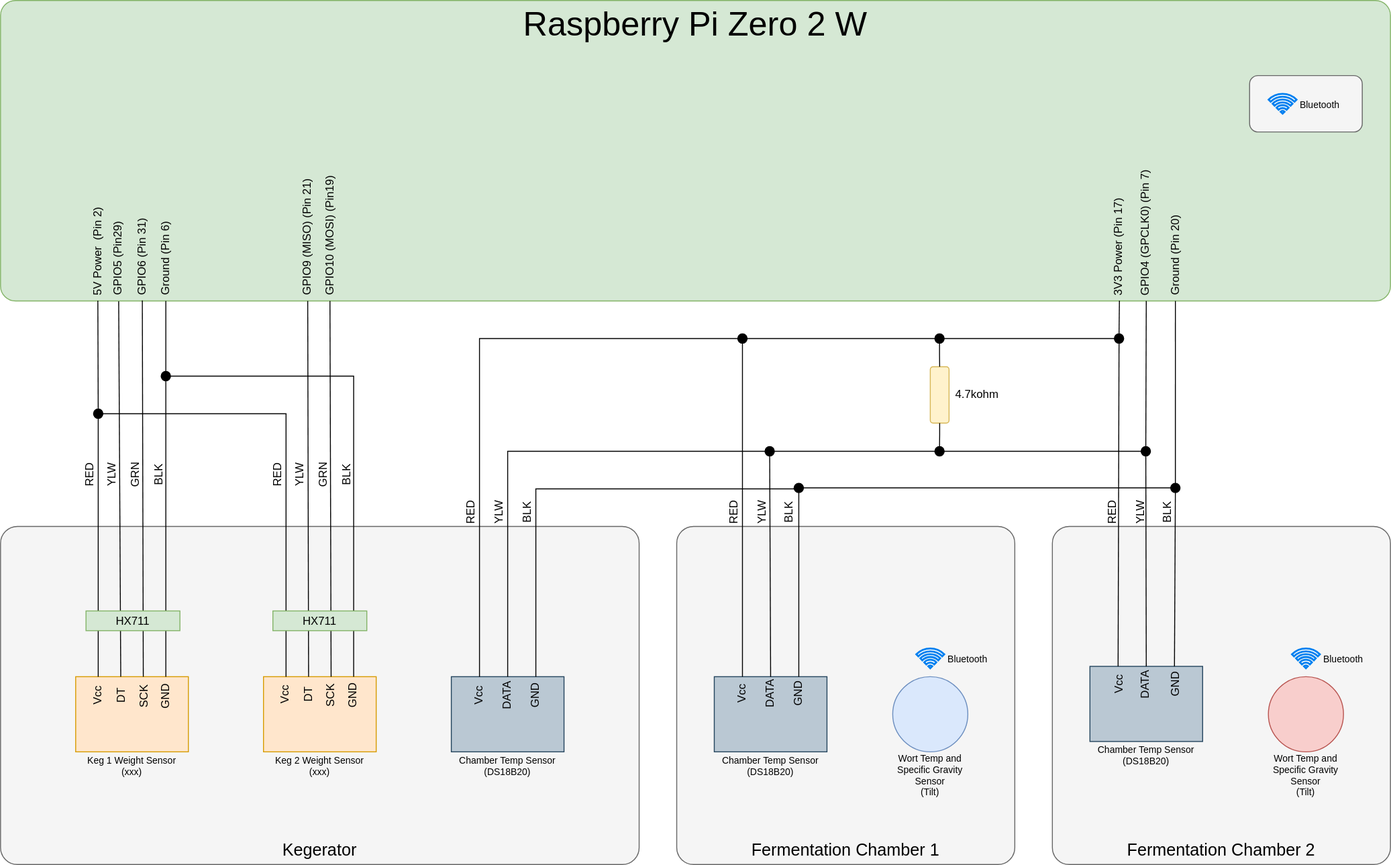
austinshinkle/OB_BreweryMonitor keeps this draw.io diagram as BreweryMonitor.drawio.svg. Above is the earlier version. Source tidied: cells renumbered, new cells last; positions are measured from the earlier drawing's top-left corner, leaving out a move shared by most shapes.
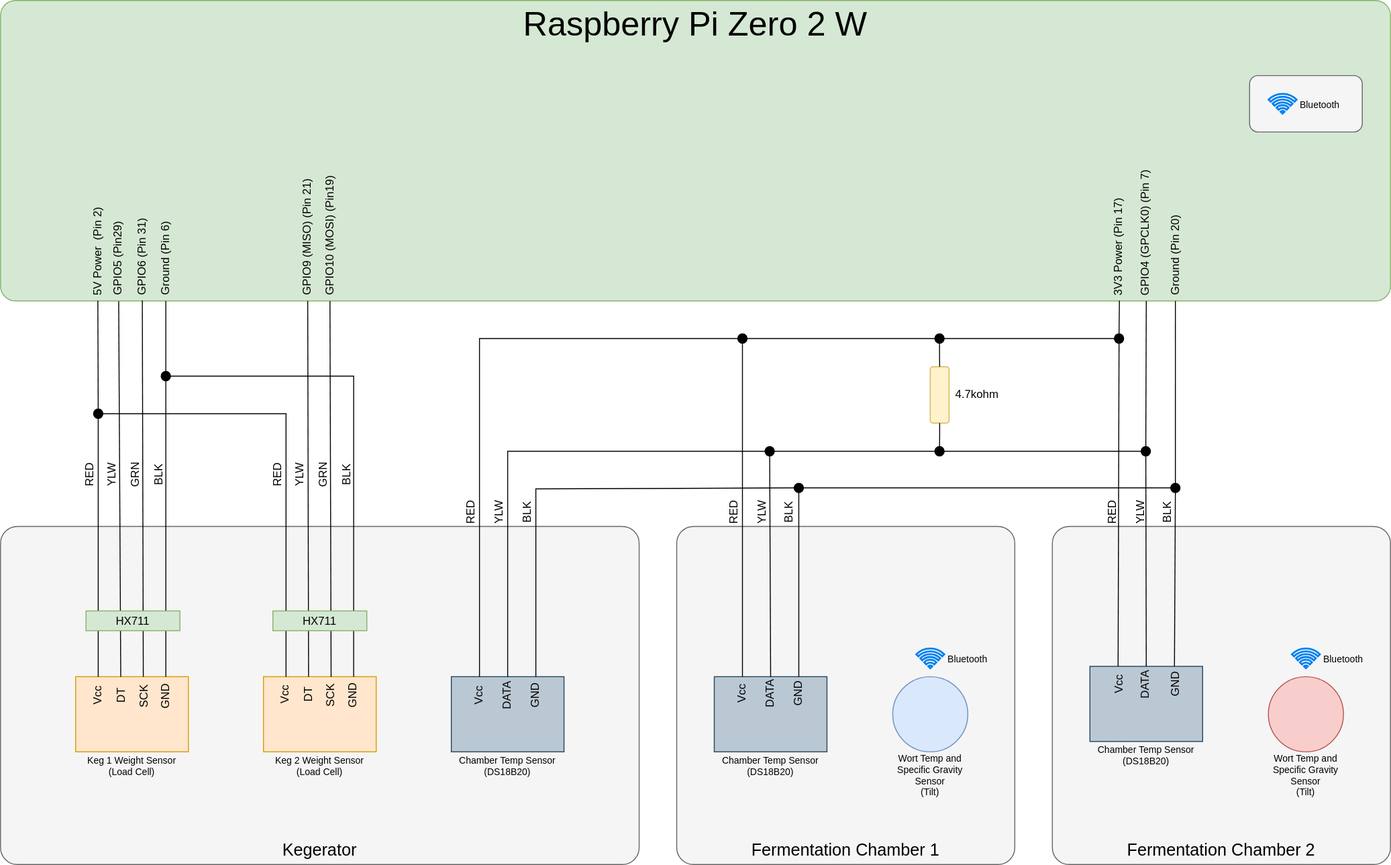
After the change.

Diff of the diagram source:
```diff
@@ -17,7 +17,7 @@
     <mxCell id="6" style="rounded=0;whiteSpace=wrap;html=1;points=[[0,0,0,0,0],[0,0.25,0,0,0],[0,0.5,0,0,0],[0,0.75,0,0,0],[0,1,0,0,0],[0.2,0,0,0,0],[0.25,1,0,0,0],[0.4,0,0,0,0],[0.5,1,0,0,0],[0.6,0,0,0,0],[0.75,1,0,0,0],[0.8,0,0,0,0],[1,0,0,0,0],[1,0.25,0,0,0],[1,0.5,0,0,0],[1,0.75,0,0,0],[1,1,0,0,0]];fillColor=#ffe6cc;strokeColor=#d79b00;" parent="1" vertex="1">
       <mxGeometry x="280" y="720" width="120" height="80" as="geometry" />
     </mxCell>
-    <mxCell id="7" value="&lt;div&gt;Keg 2 Weight Sensor&lt;/div&gt;&lt;div&gt;(xxx)&lt;br&gt;&lt;/div&gt;" style="text;html=1;align=center;verticalAlign=middle;whiteSpace=wrap;rounded=0;fontSize=10;" parent="1" vertex="1">
+    <mxCell id="7" value="&lt;div&gt;Keg 2 Weight Sensor&lt;/div&gt;&lt;div&gt;(Load Cell)&lt;br&gt;&lt;/div&gt;" style="text;html=1;align=center;verticalAlign=middle;whiteSpace=wrap;rounded=0;fontSize=10;" parent="1" vertex="1">
       <mxGeometry x="280" y="800" width="120" height="30" as="geometry" />
     </mxCell>
     <mxCell id="8" style="ellipse;whiteSpace=wrap;html=1;fillColor=#f8cecc;strokeColor=#b85450;" parent="1" vertex="1">
@@ -86,7 +86,7 @@
     <mxCell id="29" style="endArrow=none;html=1;rounded=0;entryX=0.25;entryY=0;entryDx=0;entryDy=0;edgeStyle=elbowEdgeStyle;elbow=vertical;jumpStyle=none;startArrow=none;startFill=0;endFill=0;exitX=0.5;exitY=1;exitDx=0;exitDy=0;" parent="1" edge="1" source="68" target="26">
       <mxGeometry relative="1" as="geometry" />
     </mxCell>
-    <mxCell id="30" value="&lt;div&gt;Keg 1 Weight Sensor&lt;/div&gt;&lt;div&gt;(xxx)&lt;br&gt;&lt;/div&gt;" style="text;html=1;align=center;verticalAlign=middle;whiteSpace=wrap;rounded=0;fontSize=10;" parent="1" vertex="1">
+    <mxCell id="30" value="&lt;div&gt;Keg 1 Weight Sensor&lt;/div&gt;&lt;div&gt;(Load Cell)&lt;br&gt;&lt;/div&gt;" style="text;html=1;align=center;verticalAlign=middle;whiteSpace=wrap;rounded=0;fontSize=10;" parent="1" vertex="1">
       <mxGeometry x="80" y="800" width="120" height="30" as="geometry" />
     </mxCell>
     <mxCell id="31" style="rounded=0;whiteSpace=wrap;html=1;fillColor=#bac8d3;strokeColor=#23445d;" parent="1" vertex="1">
```
